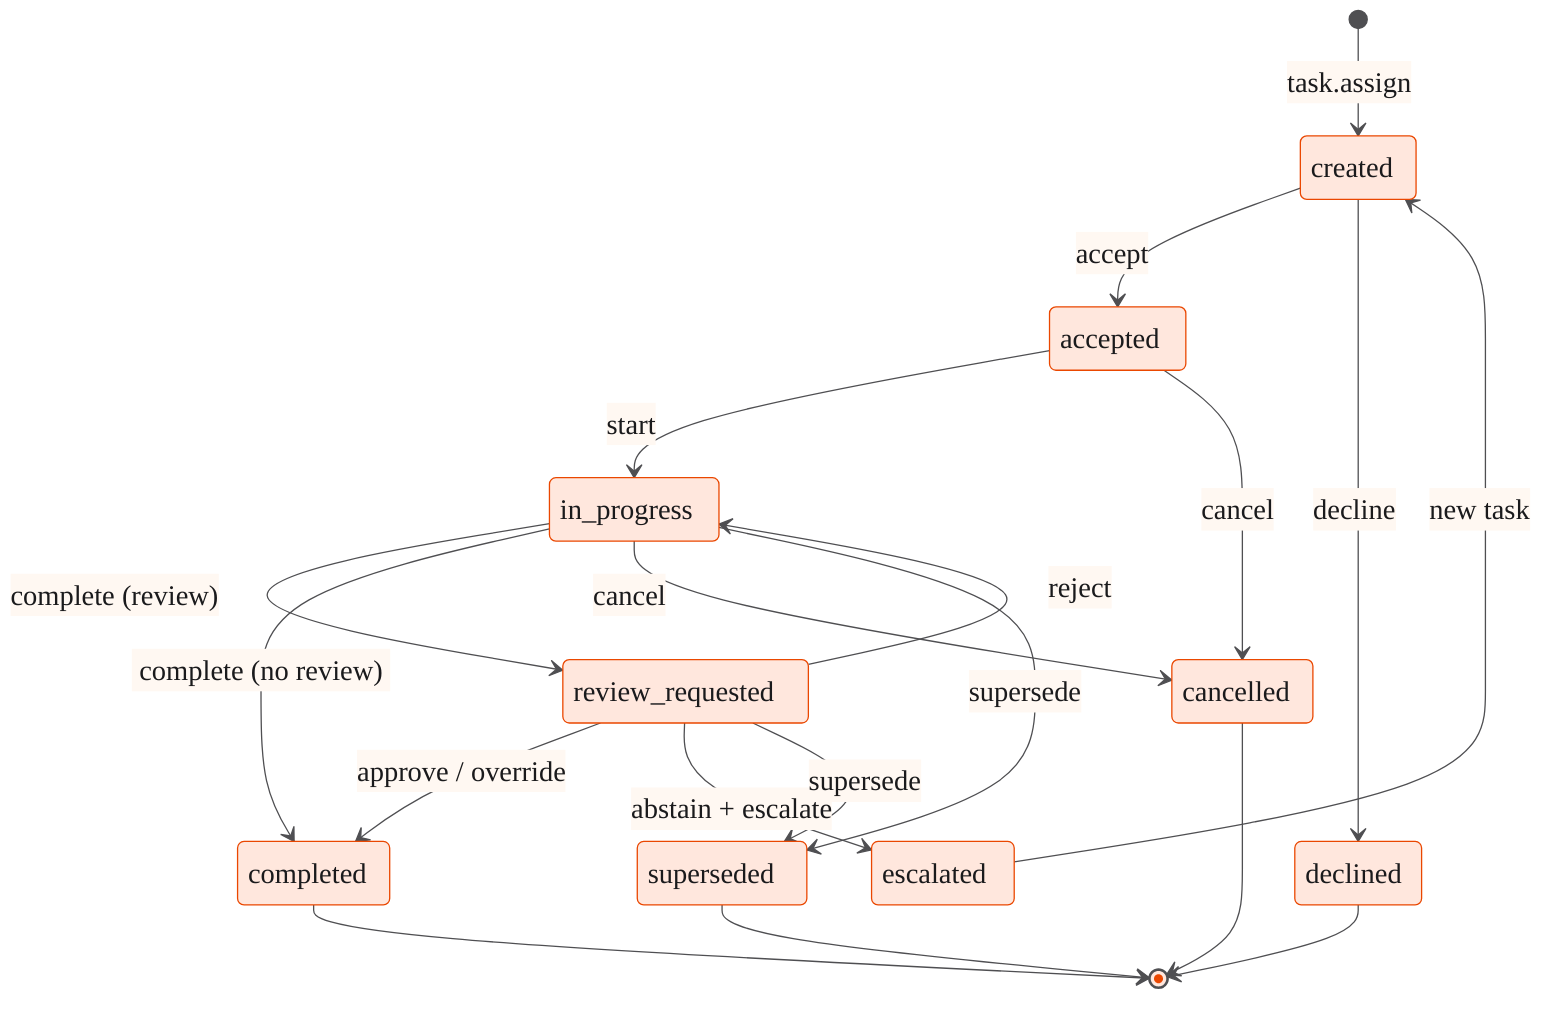
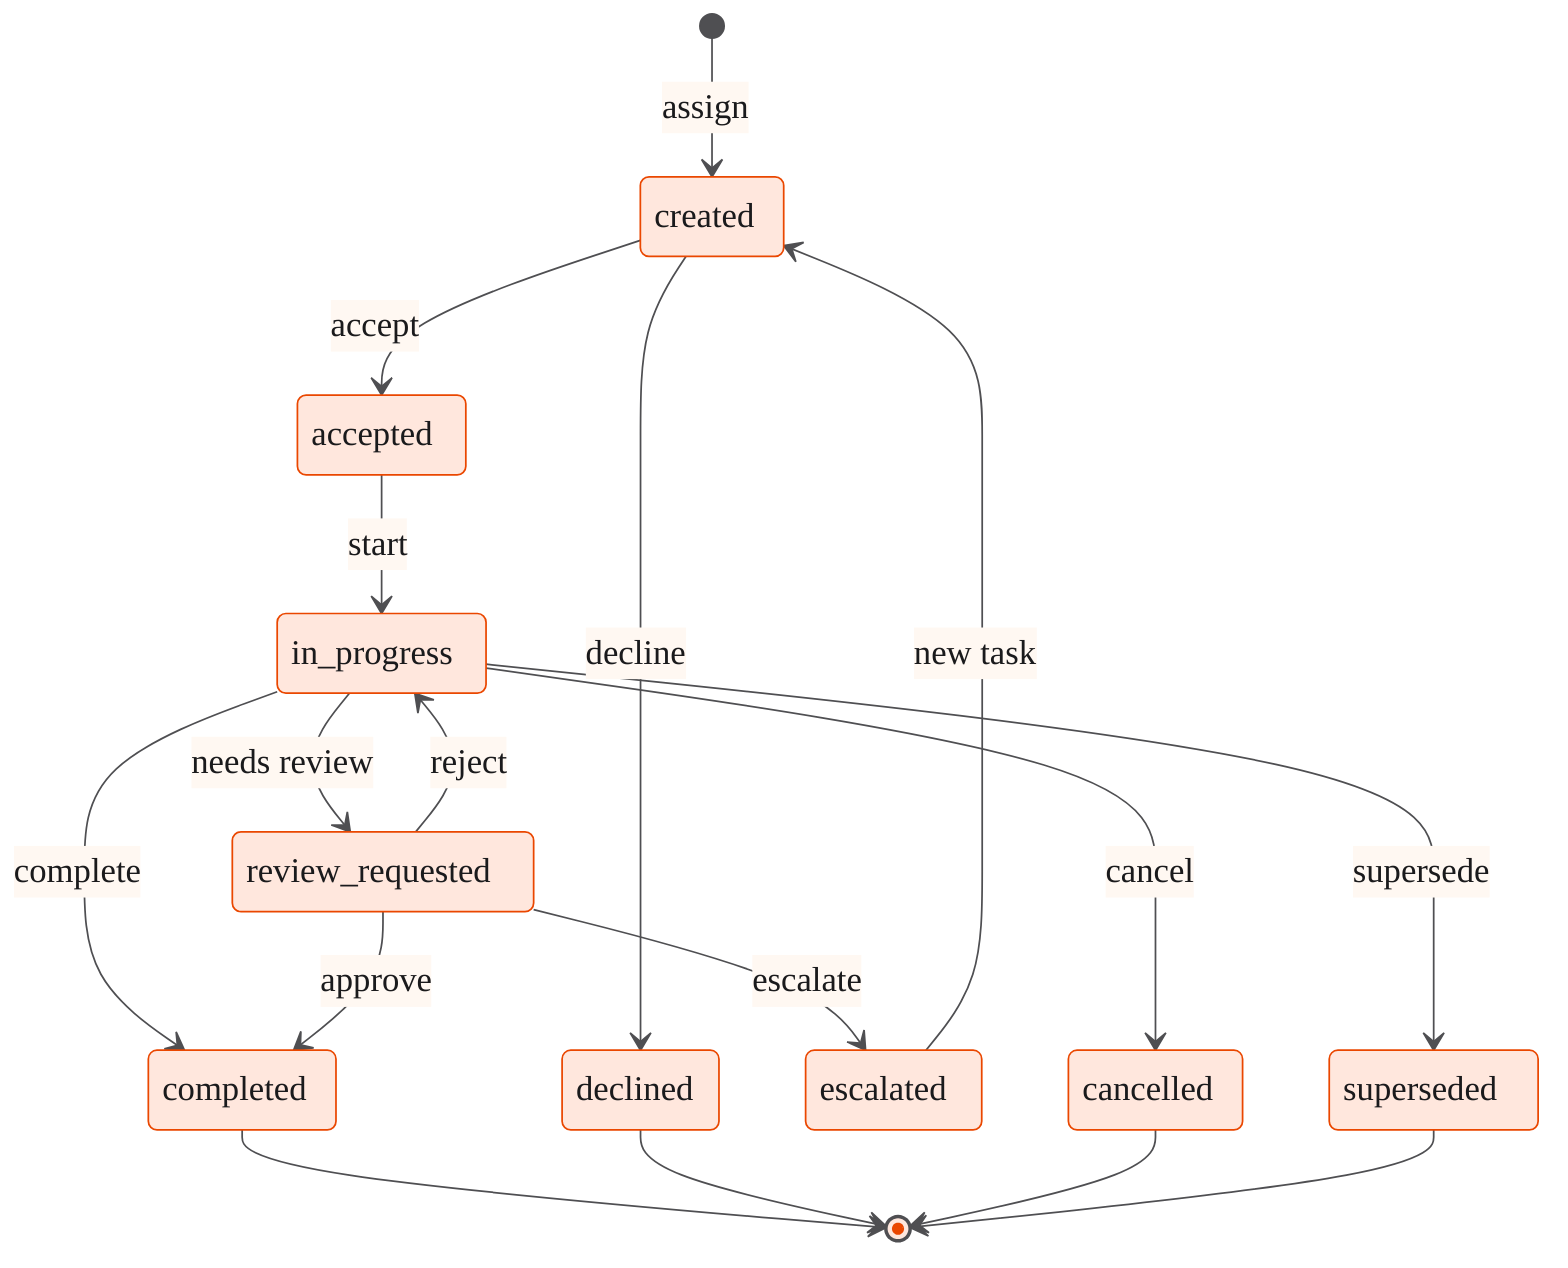
%%{init: {
  "theme": "base",
  "themeVariables": {
-     "fontSize": "22px",
+     "fontSize": "20px",
    "fontFamily": "Arial, Helvetica, sans-serif",
    "primaryColor": "#FFE7DD",
    "primaryTextColor": "#1a1a1c",
    "primaryBorderColor": "#EA4700",
    "lineColor": "#4f4f52",
    "secondaryColor": "#FFF8F2",
    "secondaryTextColor": "#1a1a1c",
    "secondaryBorderColor": "#1a1a1c",
    "tertiaryColor": "#FFF8F2",
    "tertiaryTextColor": "#1a1a1c",
    "tertiaryBorderColor": "#1a1a1c"
  }
}}%%
stateDiagram-v2
    direction TB
-     [*] --> created : task.assign
+     [*] --> created : assign
    created --> accepted : accept
    created --> declined : decline
    accepted --> in_progress : start
-     in_progress --> review_requested : complete (review)
-     in_progress --> completed : complete (no review)
-     review_requested --> completed : approve / override
+     in_progress --> review_requested : needs review
+     in_progress --> completed : complete
+     review_requested --> completed : approve
    review_requested --> in_progress : reject
-     review_requested --> escalated : abstain + escalate
+     review_requested --> escalated : escalate
    escalated --> created : new task
    in_progress --> cancelled : cancel
-     accepted --> cancelled : cancel
    in_progress --> superseded : supersede
-     review_requested --> superseded : supersede
    completed --> [*]
    declined --> [*]
    cancelled --> [*]
    superseded --> [*]
